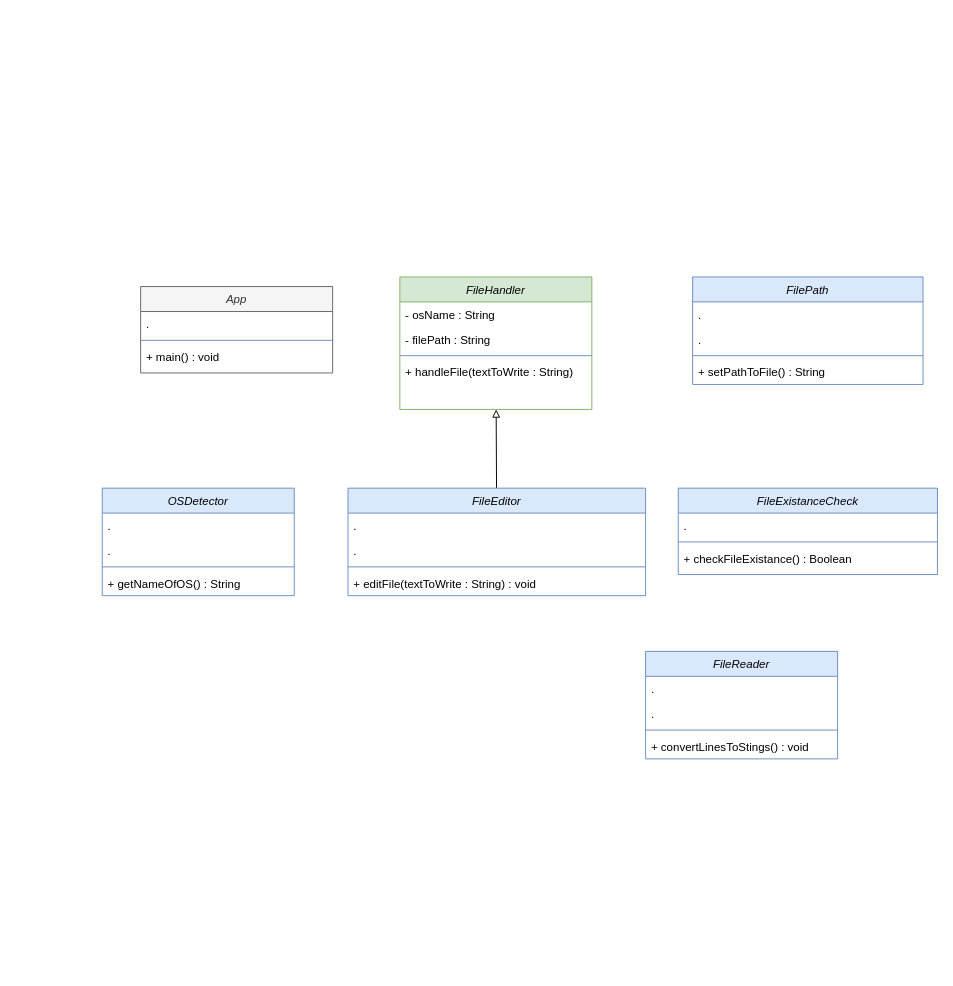
bschostak/ToDoList keeps this draw.io diagram as page "Classes Diagram" (1 of 7) of todolist.drawio. Above is the earlier version. Source tidied: cells renumbered, new cells numbered last; positions are measured from the earlier drawing's top-left corner, leaving out a move shared by most shapes. Both pictures are drawn from the tidied source at 96%, with x=0, y=0 at pixel (102, 276).
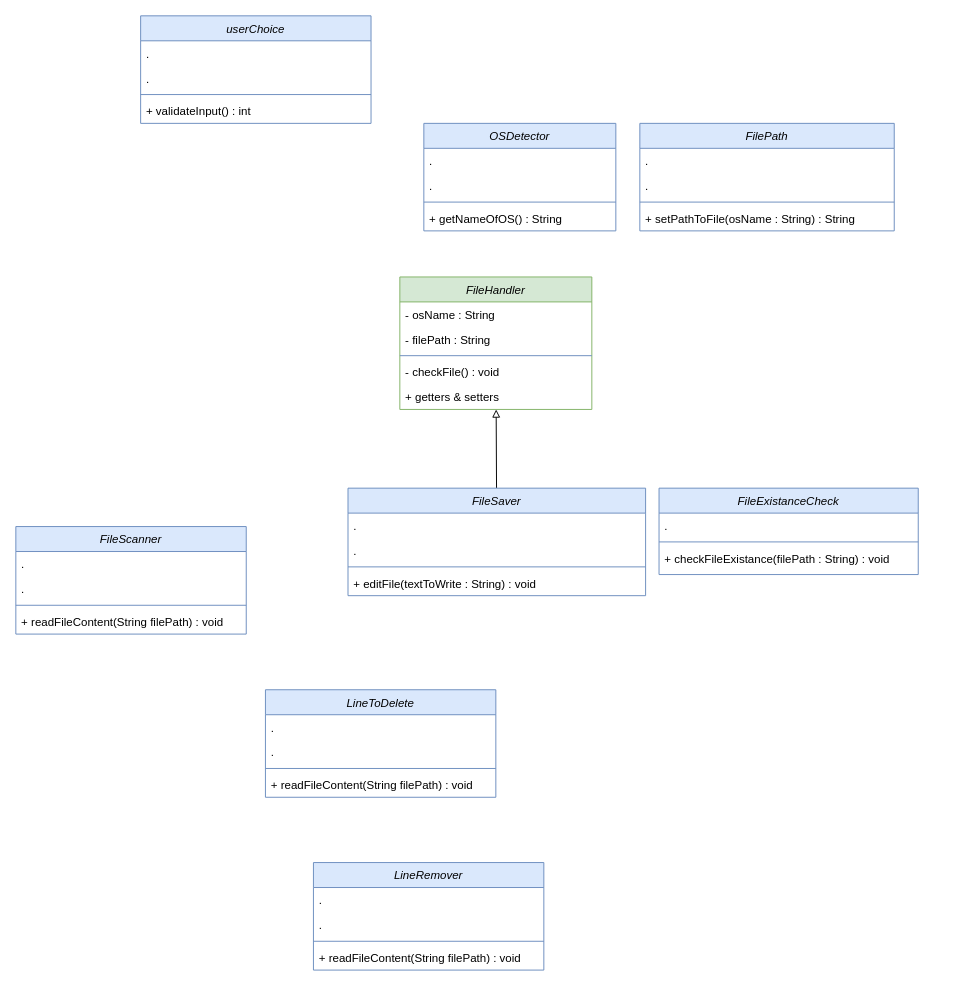
The same page after the edit.

The change refers to these unchanged cells:
```xml
<mxCell id="31" value="FileHandler" style="swimlane;fontStyle=2;align=center;verticalAlign=top;horizontal=1;startSize=26;rounded=0;shadow=0;strokeWidth=1;fillColor=#d5e8d4;strokeColor=#82b366;" parent="1" vertex="1">
  <mxGeometry x="310" width="200" height="138" as="geometry" />
</mxCell>
```

The edit, as a diff of the source:
```diff
@@
-    <mxCell id="2" value="App" style="swimlane;fontStyle=2;align=center;verticalAlign=top;horizontal=1;startSize=26;rounded=0;shadow=0;strokeWidth=1;fillColor=#f5f5f5;strokeColor=#666666;fontColor=#333333;" parent="1" vertex="1">
-      <mxGeometry x="40" y="10" width="200" height="90" as="geometry" />
-    </mxCell>
-    <mxCell id="3" value="." style="text;align=left;verticalAlign=top;spacingLeft=4;spacingRight=4;overflow=hidden;rounded=0;shadow=0;html=0;" parent="2" vertex="1">
-      <mxGeometry y="26" width="200" height="26" as="geometry" />
-    </mxCell>
-    <mxCell id="4" style="line;html=1;strokeWidth=1;align=left;verticalAlign=middle;spacingTop=-1;spacingLeft=3;spacingRight=3;labelPosition=right;fillColor=#dae8fc;strokeColor=#6c8ebf;" parent="2" vertex="1">
-      <mxGeometry y="52" width="200" height="8" as="geometry" />
-    </mxCell>
-    <mxCell id="5" value="+ main() : void" style="text;align=left;verticalAlign=top;spacingLeft=4;spacingRight=4;overflow=hidden;" parent="2" vertex="1">
-      <mxGeometry y="60" width="200" height="26" as="geometry" />
-    </mxCell>
     <mxCell id="6" value="FileExistanceCheck" style="swimlane;fontStyle=2;align=center;verticalAlign=top;horizontal=1;startSize=26;rounded=0;shadow=0;strokeWidth=1;fillColor=#dae8fc;strokeColor=#6c8ebf;" parent="1" vertex="1">
-      <mxGeometry x="600" y="220" width="270" height="90" as="geometry" />
+      <mxGeometry x="580" y="220" width="270" height="90" as="geometry" />
     </mxCell>
@@
-    <mxCell id="9" value="+ checkFileExistance() : Boolean" style="text;align=left;verticalAlign=top;spacingLeft=4;spacingRight=4;overflow=hidden;" parent="6" vertex="1">
+    <mxCell id="9" value="+ checkFileExistance(filePath : String) : void" style="text;align=left;verticalAlign=top;spacingLeft=4;spacingRight=4;overflow=hidden;" parent="6" vertex="1">
       <mxGeometry y="60" width="270" height="26" as="geometry" />
     </mxCell>
     <mxCell id="10" value="FilePath" style="swimlane;fontStyle=2;align=center;verticalAlign=top;horizontal=1;startSize=26;rounded=0;shadow=0;strokeWidth=1;fillColor=#dae8fc;strokeColor=#6c8ebf;" parent="1" vertex="1">
-      <mxGeometry x="615" width="240" height="112" as="geometry" />
+      <mxGeometry x="560" y="-160" width="265" height="112" as="geometry" />
     </mxCell>
     <mxCell id="11" value="." style="text;align=left;verticalAlign=top;spacingLeft=4;spacingRight=4;overflow=hidden;rounded=0;shadow=0;html=0;" parent="10" vertex="1">
-      <mxGeometry y="26" width="240" height="26" as="geometry" />
+      <mxGeometry y="26" width="265" height="26" as="geometry" />
     </mxCell>
     <mxCell id="12" value="." style="text;align=left;verticalAlign=top;spacingLeft=4;spacingRight=4;overflow=hidden;rounded=0;shadow=0;html=0;" parent="10" vertex="1">
-      <mxGeometry y="52" width="240" height="26" as="geometry" />
+      <mxGeometry y="52" width="265" height="26" as="geometry" />
     </mxCell>
     <mxCell id="13" style="line;html=1;strokeWidth=1;align=left;verticalAlign=middle;spacingTop=-1;spacingLeft=3;spacingRight=3;labelPosition=right;fillColor=#dae8fc;strokeColor=#6c8ebf;" parent="10" vertex="1">
-      <mxGeometry y="78" width="240" height="8" as="geometry" />
+      <mxGeometry y="78" width="265" height="8" as="geometry" />
     </mxCell>
-    <mxCell id="14" value="+ setPathToFile() : String" style="text;align=left;verticalAlign=top;spacingLeft=4;spacingRight=4;overflow=hidden;" parent="10" vertex="1">
-      <mxGeometry y="86" width="240" height="26" as="geometry" />
+    <mxCell id="14" value="+ setPathToFile(osName : String) : String" style="text;align=left;verticalAlign=top;spacingLeft=4;spacingRight=4;overflow=hidden;" parent="10" vertex="1">
+      <mxGeometry y="86" width="265" height="26" as="geometry" />
     </mxCell>
-    <mxCell id="15" value="FileReader" style="swimlane;fontStyle=2;align=center;verticalAlign=top;horizontal=1;startSize=26;rounded=0;shadow=0;strokeWidth=1;fillColor=#dae8fc;strokeColor=#6c8ebf;" parent="1" vertex="1">
-      <mxGeometry x="566" y="390" width="200" height="112" as="geometry" />
-    </mxCell>
-    <mxCell id="16" value="." style="text;align=left;verticalAlign=top;spacingLeft=4;spacingRight=4;overflow=hidden;rounded=0;shadow=0;html=0;" parent="15" vertex="1">
-      <mxGeometry y="26" width="200" height="26" as="geometry" />
-    </mxCell>
-    <mxCell id="17" value="." style="text;align=left;verticalAlign=top;spacingLeft=4;spacingRight=4;overflow=hidden;rounded=0;shadow=0;html=0;" parent="15" vertex="1">
-      <mxGeometry y="52" width="200" height="26" as="geometry" />
-    </mxCell>
-    <mxCell id="18" style="line;html=1;strokeWidth=1;align=left;verticalAlign=middle;spacingTop=-1;spacingLeft=3;spacingRight=3;labelPosition=right;fillColor=#dae8fc;strokeColor=#6c8ebf;" parent="15" vertex="1">
-      <mxGeometry y="78" width="200" height="8" as="geometry" />
-    </mxCell>
-    <mxCell id="19" value="+ convertLinesToStings() : void" style="text;align=left;verticalAlign=top;spacingLeft=4;spacingRight=4;overflow=hidden;" parent="15" vertex="1">
-      <mxGeometry y="86" width="200" height="26" as="geometry" />
-    </mxCell>
     <mxCell id="20" value="OSDetector" style="swimlane;fontStyle=2;align=center;verticalAlign=top;horizontal=1;startSize=26;rounded=0;shadow=0;strokeWidth=1;fillColor=#dae8fc;strokeColor=#6c8ebf;" parent="1" vertex="1">
-      <mxGeometry y="220" width="200" height="112" as="geometry" />
+      <mxGeometry x="335" y="-160" width="200" height="112" as="geometry" />
     </mxCell>
@@
-    <mxCell id="26" value="FileEditor" style="swimlane;fontStyle=2;align=center;verticalAlign=top;horizontal=1;startSize=26;rounded=0;shadow=0;strokeWidth=1;fillColor=#dae8fc;strokeColor=#6c8ebf;" parent="1" vertex="1">
+    <mxCell id="26" value="FileSaver" style="swimlane;fontStyle=2;align=center;verticalAlign=top;horizontal=1;startSize=26;rounded=0;shadow=0;strokeWidth=1;fillColor=#dae8fc;strokeColor=#6c8ebf;" parent="1" vertex="1">
       <mxGeometry x="256" y="220" width="310" height="112" as="geometry" />
     </mxCell>
@@
-    <mxCell id="35" value="+ handleFile(textToWrite : String)" style="text;align=left;verticalAlign=top;spacingLeft=4;spacingRight=4;overflow=hidden;" parent="31" vertex="1">
+    <mxCell id="35" value="- checkFile() : void" style="text;align=left;verticalAlign=top;spacingLeft=4;spacingRight=4;overflow=hidden;" parent="31" vertex="1">
       <mxGeometry y="86" width="200" height="26" as="geometry" />
     </mxCell>
+    <mxCell id="36" value="+ getters &amp; setters" style="text;align=left;verticalAlign=top;spacingLeft=4;spacingRight=4;overflow=hidden;" parent="31" vertex="1">
+      <mxGeometry y="112" width="200" height="26" as="geometry" />
+    </mxCell>
+    <mxCell id="37" value="FileScanner" style="swimlane;fontStyle=2;align=center;verticalAlign=top;horizontal=1;startSize=26;rounded=0;shadow=0;strokeWidth=1;fillColor=#dae8fc;strokeColor=#6c8ebf;" parent="1" vertex="1">
+      <mxGeometry x="-90" y="260" width="240" height="112" as="geometry" />
+    </mxCell>
+    <mxCell id="38" value="." style="text;align=left;verticalAlign=top;spacingLeft=4;spacingRight=4;overflow=hidden;rounded=0;shadow=0;html=0;" parent="37" vertex="1">
+      <mxGeometry y="26" width="240" height="26" as="geometry" />
+    </mxCell>
+    <mxCell id="39" value="." style="text;align=left;verticalAlign=top;spacingLeft=4;spacingRight=4;overflow=hidden;rounded=0;shadow=0;html=0;" parent="37" vertex="1">
+      <mxGeometry y="52" width="240" height="26" as="geometry" />
+    </mxCell>
+    <mxCell id="40" style="line;html=1;strokeWidth=1;align=left;verticalAlign=middle;spacingTop=-1;spacingLeft=3;spacingRight=3;labelPosition=right;fillColor=#dae8fc;strokeColor=#6c8ebf;" parent="37" vertex="1">
+      <mxGeometry y="78" width="240" height="8" as="geometry" />
+    </mxCell>
+    <mxCell id="41" value="+ readFileContent(String filePath) : void" style="text;align=left;verticalAlign=top;spacingLeft=4;spacingRight=4;overflow=hidden;" parent="37" vertex="1">
+      <mxGeometry y="86" width="240" height="26" as="geometry" />
+    </mxCell>
+    <mxCell id="42" value="userChoice" style="swimlane;fontStyle=2;align=center;verticalAlign=top;horizontal=1;startSize=26;rounded=0;shadow=0;strokeWidth=1;fillColor=#dae8fc;strokeColor=#6c8ebf;" parent="1" vertex="1">
+      <mxGeometry x="40" y="-272" width="240" height="112" as="geometry" />
+    </mxCell>
+    <mxCell id="43" value="." style="text;align=left;verticalAlign=top;spacingLeft=4;spacingRight=4;overflow=hidden;rounded=0;shadow=0;html=0;" parent="42" vertex="1">
+      <mxGeometry y="26" width="240" height="26" as="geometry" />
+    </mxCell>
+    <mxCell id="44" value="." style="text;align=left;verticalAlign=top;spacingLeft=4;spacingRight=4;overflow=hidden;rounded=0;shadow=0;html=0;" parent="42" vertex="1">
+      <mxGeometry y="52" width="240" height="26" as="geometry" />
+    </mxCell>
+    <mxCell id="45" style="line;html=1;strokeWidth=1;align=left;verticalAlign=middle;spacingTop=-1;spacingLeft=3;spacingRight=3;labelPosition=right;fillColor=#dae8fc;strokeColor=#6c8ebf;" parent="42" vertex="1">
+      <mxGeometry y="78" width="240" height="8" as="geometry" />
+    </mxCell>
+    <mxCell id="46" value="+ validateInput() : int" style="text;align=left;verticalAlign=top;spacingLeft=4;spacingRight=4;overflow=hidden;" parent="42" vertex="1">
+      <mxGeometry y="86" width="240" height="26" as="geometry" />
+    </mxCell>
+    <mxCell id="47" value="LineToDelete" style="swimlane;fontStyle=2;align=center;verticalAlign=top;horizontal=1;startSize=26;rounded=0;shadow=0;strokeWidth=1;fillColor=#dae8fc;strokeColor=#6c8ebf;" parent="1" vertex="1">
+      <mxGeometry x="170" y="430" width="240" height="112" as="geometry" />
+    </mxCell>
+    <mxCell id="48" value="." style="text;align=left;verticalAlign=top;spacingLeft=4;spacingRight=4;overflow=hidden;rounded=0;shadow=0;html=0;" parent="47" vertex="1">
+      <mxGeometry y="26" width="240" height="26" as="geometry" />
+    </mxCell>
+    <mxCell id="49" value="." style="text;align=left;verticalAlign=top;spacingLeft=4;spacingRight=4;overflow=hidden;rounded=0;shadow=0;html=0;" parent="47" vertex="1">
+      <mxGeometry y="52" width="240" height="26" as="geometry" />
+    </mxCell>
+    <mxCell id="50" style="line;html=1;strokeWidth=1;align=left;verticalAlign=middle;spacingTop=-1;spacingLeft=3;spacingRight=3;labelPosition=right;fillColor=#dae8fc;strokeColor=#6c8ebf;" parent="47" vertex="1">
+      <mxGeometry y="78" width="240" height="8" as="geometry" />
+    </mxCell>
+    <mxCell id="51" value="+ readFileContent(String filePath) : void" style="text;align=left;verticalAlign=top;spacingLeft=4;spacingRight=4;overflow=hidden;" parent="47" vertex="1">
+      <mxGeometry y="86" width="240" height="26" as="geometry" />
+    </mxCell>
+    <mxCell id="52" value="LineRemover" style="swimlane;fontStyle=2;align=center;verticalAlign=top;horizontal=1;startSize=26;rounded=0;shadow=0;strokeWidth=1;fillColor=#dae8fc;strokeColor=#6c8ebf;" parent="1" vertex="1">
+      <mxGeometry x="220" y="610" width="240" height="112" as="geometry" />
+    </mxCell>
+    <mxCell id="53" value="." style="text;align=left;verticalAlign=top;spacingLeft=4;spacingRight=4;overflow=hidden;rounded=0;shadow=0;html=0;" parent="52" vertex="1">
+      <mxGeometry y="26" width="240" height="26" as="geometry" />
+    </mxCell>
+    <mxCell id="54" value="." style="text;align=left;verticalAlign=top;spacingLeft=4;spacingRight=4;overflow=hidden;rounded=0;shadow=0;html=0;" parent="52" vertex="1">
+      <mxGeometry y="52" width="240" height="26" as="geometry" />
+    </mxCell>
+    <mxCell id="55" style="line;html=1;strokeWidth=1;align=left;verticalAlign=middle;spacingTop=-1;spacingLeft=3;spacingRight=3;labelPosition=right;fillColor=#dae8fc;strokeColor=#6c8ebf;" parent="52" vertex="1">
+      <mxGeometry y="78" width="240" height="8" as="geometry" />
+    </mxCell>
+    <mxCell id="56" value="+ readFileContent(String filePath) : void" style="text;align=left;verticalAlign=top;spacingLeft=4;spacingRight=4;overflow=hidden;" parent="52" vertex="1">
+      <mxGeometry y="86" width="240" height="26" as="geometry" />
+    </mxCell>
```
